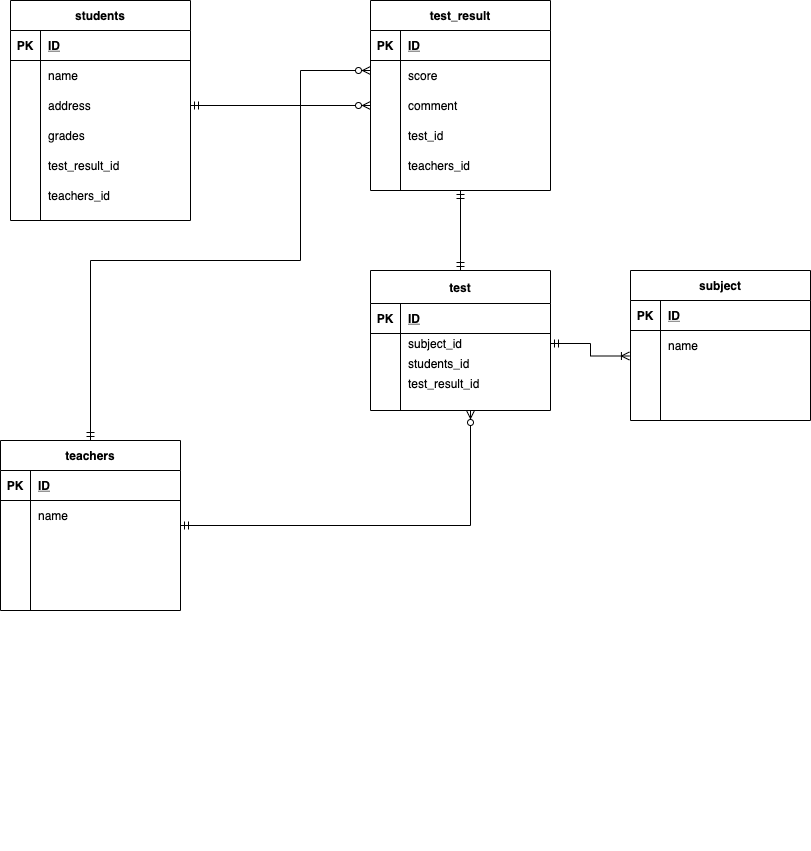
Before: index..drawio.png, a diagram exported from draw.io (InoueMayu/coachtech-ER). Source tidied: cells renumbered, new cells last; positions are measured from the earlier drawing's top-left corner, leaving out a move shared by most shapes.
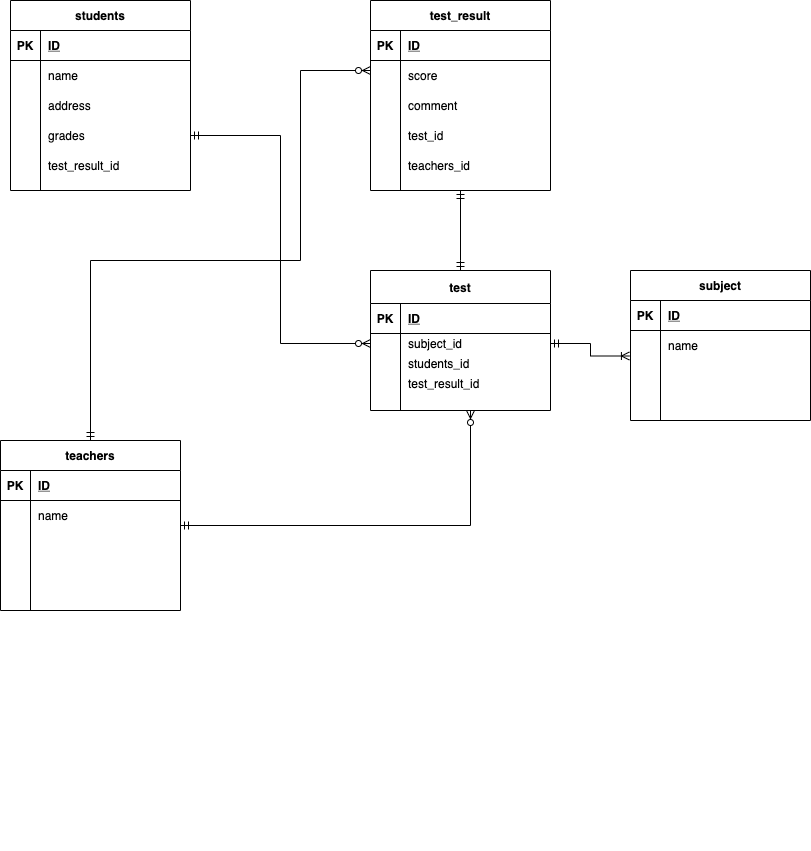
The same file after the commit.

Diff of the diagram source:
```diff
@@ -3,7 +3,7 @@
     <mxCell id="0" />
     <mxCell id="1" parent="0" />
     <mxCell id="2" value="students" style="shape=table;startSize=30;rowLines=0;fontStyle=1;align=center;" parent="1" vertex="1">
-      <mxGeometry x="10" width="180" height="220" as="geometry" />
+      <mxGeometry x="10" width="180" height="190" as="geometry" />
     </mxCell>
     <mxCell id="3" style="shape=partialRectangle;fillColor=none;top=0;left=0;bottom=1;right=0;" parent="2" vertex="1">
       <mxGeometry y="30" width="180" height="30" as="geometry" />
@@ -50,15 +50,6 @@
     <mxCell id="17" value="test_result_id" style="shape=partialRectangle;fillColor=none;top=0;left=0;bottom=0;right=0;align=left;spacingLeft=6;overflow=hidden;" parent="15" vertex="1">
       <mxGeometry x="30" width="150" height="30" as="geometry" />
     </mxCell>
-    <mxCell id="18" style="shape=partialRectangle;fillColor=none;top=0;left=0;bottom=0;right=0;" parent="2" vertex="1">
-      <mxGeometry y="180" width="180" height="30" as="geometry" />
-    </mxCell>
-    <mxCell id="19" style="shape=partialRectangle;fillColor=none;top=0;left=0;bottom=0;right=0;overflow=hidden;" parent="18" vertex="1">
-      <mxGeometry width="30" height="30" as="geometry" />
-    </mxCell>
-    <mxCell id="20" value="teachers_id" style="shape=partialRectangle;fillColor=none;top=0;left=0;bottom=0;right=0;align=left;spacingLeft=6;overflow=hidden;" parent="18" vertex="1">
-      <mxGeometry x="30" width="150" height="30" as="geometry" />
-    </mxCell>
     <mxCell id="21" style="edgeStyle=orthogonalEdgeStyle;rounded=0;jettySize=auto;html=1;startArrow=ERmandOne;startFill=0;endArrow=ERzeroToMany;endFill=1;" parent="1" edge="1" source="22">
       <mxGeometry relative="1" as="geometry">
         <mxPoint x="470" y="410" as="targetPoint" />
@@ -254,11 +245,11 @@
         <mxPoint x="660" y="447.5" as="sourcePoint" />
       </mxGeometry>
     </mxCell>
-    <mxCell id="81" style="edgeStyle=orthogonalEdgeStyle;rounded=0;jettySize=auto;html=1;exitX=1;exitY=0.5;exitDx=0;exitDy=0;startArrow=ERmandOne;startFill=0;endArrow=ERzeroToMany;endFill=1;entryX=0;entryY=0.5;entryDx=0;entryDy=0;" parent="1" edge="1" source="9" target="58">
-      <mxGeometry relative="1" as="geometry" />
-    </mxCell>
     <mxCell id="82" style="edgeStyle=orthogonalEdgeStyle;rounded=0;jettySize=auto;html=1;entryX=-0.006;entryY=0.85;entryDx=0;entryDy=0;entryPerimeter=0;startArrow=ERmandOne;startFill=0;endArrow=ERoneToMany;endFill=0;" parent="1" edge="1" source="39" target="71">
       <mxGeometry relative="1" as="geometry" />
     </mxCell>
+    <mxCell id="83" style="edgeStyle=orthogonalEdgeStyle;rounded=0;jettySize=auto;html=1;entryX=0;entryY=0.5;entryDx=0;entryDy=0;startArrow=ERmandOne;startFill=0;endArrow=ERzeroToMany;endFill=1;" parent="1" edge="1" source="12" target="39">
+      <mxGeometry relative="1" as="geometry" />
+    </mxCell>
   </root>
 </mxGraphModel>
```
